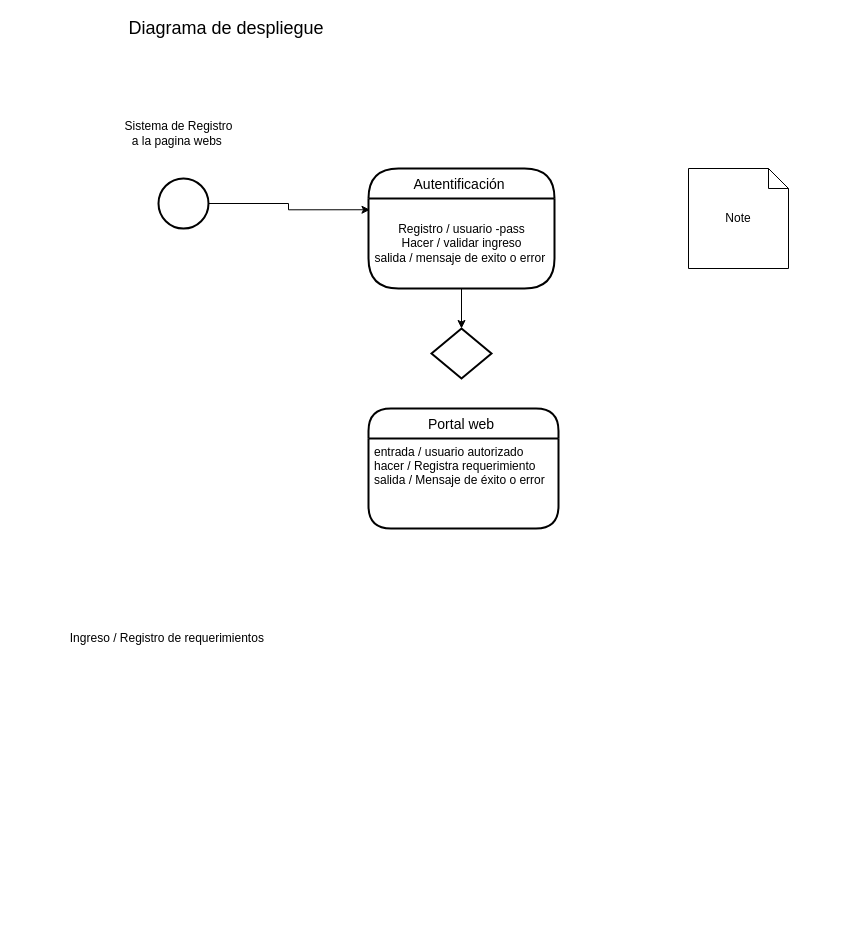
Before: page "Page-3" (3 of 3) of Untitled Diagram.drawio in 62258553/Dise-o-de-Prueba, a draw.io diagram. Source tidied: cells renumbered, new cells numbered last; positions are measured from the earlier drawing's top-left corner, leaving out a move shared by most shapes. Both pictures are drawn from the tidied source at 100%, with x=0, y=0 at pixel (63, 18).
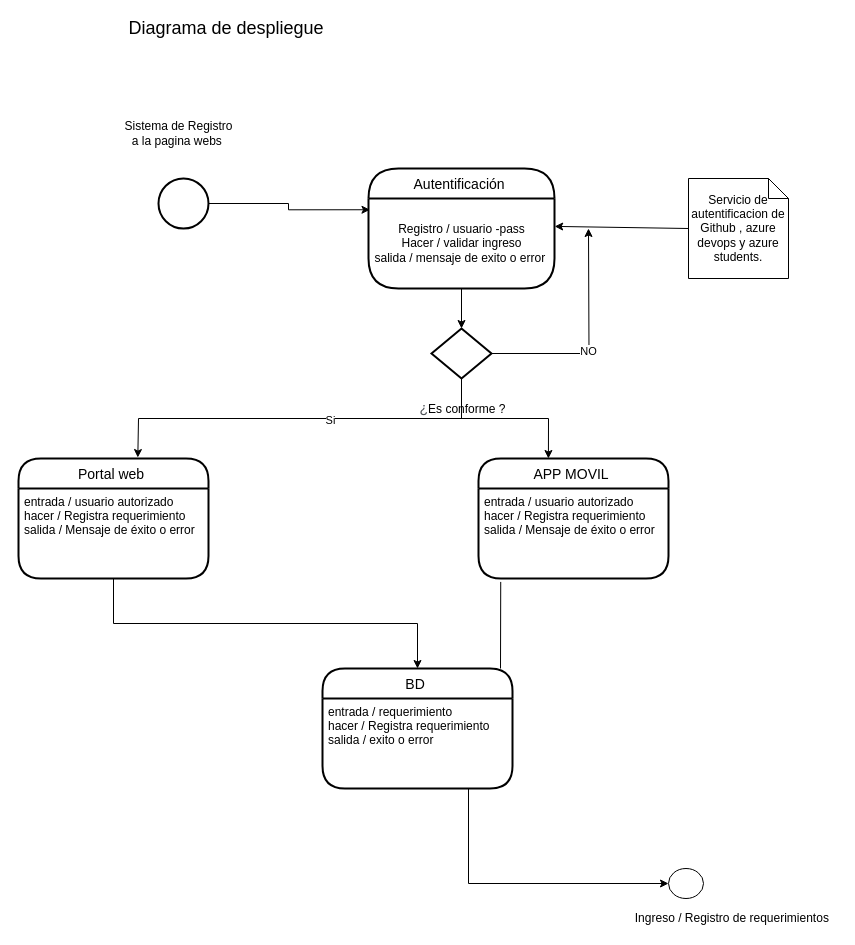
After the change.

The change refers to these unchanged cells:
```xml
<mxCell id="6" value="Registro / usuario -pass&lt;br&gt;Hacer / validar ingreso&lt;br&gt;salida / mensaje de exito o error&amp;nbsp;" style="text;html=1;align=center;verticalAlign=middle;points=[];strokeColor=none;fillColor=none;" parent="5" vertex="1">
  <mxGeometry y="30" width="186" height="90" as="geometry" />
</mxCell>
<mxCell id="10" style="strokeWidth=2;html=1;shape=mxgraph.flowchart.decision;whiteSpace=wrap;" parent="1" vertex="1">
  <mxGeometry x="368" y="310" width="60" height="50" as="geometry" />
</mxCell>
<mxCell id="12" value="entrada / usuario autorizado &#10;hacer / Registra requerimiento &#10;salida / Mensaje de éxito o error " style="align=left;strokeColor=none;fillColor=none;spacingLeft=4;fontSize=12;verticalAlign=top;" parent="11" vertex="1">
  <mxGeometry y="30" width="190" height="90" as="geometry" />
</mxCell>
```

What changed in the source:
```diff
@@
-    <mxCell id="7" value="Note" style="shape=note;size=20;whiteSpace=wrap;html=1;" parent="1" vertex="1">
-      <mxGeometry x="625" y="150" width="100" height="100" as="geometry" />
+    <mxCell id="7" value="Servicio de autentificacion de Github , azure devops y azure students." style="shape=note;size=20;whiteSpace=wrap;html=1;" parent="1" vertex="1">
+      <mxGeometry x="625" y="160" width="100" height="100" as="geometry" />
     </mxCell>
@@
     <mxCell id="9" value="Ingreso / Registro de requerimientos&amp;nbsp;" style="text;html=1;align=center;verticalAlign=middle;strokeColor=none;fillColor=none;" parent="1" vertex="1">
-      <mxGeometry y="610" width="210" height="20" as="geometry" />
+      <mxGeometry x="565" y="890" width="210" height="20" as="geometry" />
     </mxCell>
+    <mxCell id="14" style="edgeStyle=orthogonalEdgeStyle;rounded=0;jettySize=auto;html=1;" parent="1" edge="1" source="10">
+      <mxGeometry relative="1" as="geometry">
+        <mxPoint x="525" y="210" as="targetPoint" />
+      </mxGeometry>
+    </mxCell>
+    <mxCell id="15" value="NO" style="edgeLabel;html=1;align=center;verticalAlign=middle;" parent="14" vertex="1">
+      <mxGeometry x="-0.1" y="1" relative="1" as="geometry" />
+    </mxCell>
@@
     <mxCell id="11" value="Portal web " style="swimlane;horizontal=1;startSize=30;rounded=1;fontSize=14;fontStyle=0;strokeWidth=2;shadow=0;dashed=0;align=center;arcSize=25;" parent="1" vertex="1">
-      <mxGeometry x="305" y="390" width="190" height="120" as="geometry" />
+      <mxGeometry x="-45" y="440" width="190" height="120" as="geometry" />
     </mxCell>
@@
+    <mxCell id="16" value="APP MOVIL " style="swimlane;horizontal=1;startSize=30;rounded=1;fontSize=14;fontStyle=0;strokeWidth=2;shadow=0;dashed=0;align=center;arcSize=25;" parent="1" vertex="1">
+      <mxGeometry x="415" y="440" width="190" height="120" as="geometry" />
+    </mxCell>
+    <mxCell id="17" value="entrada / usuario autorizado &#10;hacer / Registra requerimiento &#10;salida / Mensaje de éxito o error " style="align=left;strokeColor=none;fillColor=none;spacingLeft=4;fontSize=12;verticalAlign=top;" parent="16" vertex="1">
+      <mxGeometry y="30" width="190" height="90" as="geometry" />
+    </mxCell>
+    <mxCell id="18" value="BD " style="swimlane;horizontal=1;startSize=30;rounded=1;fontSize=14;fontStyle=0;strokeWidth=2;shadow=0;dashed=0;align=center;arcSize=25;" parent="1" vertex="1">
+      <mxGeometry x="259" y="650" width="190" height="120" as="geometry" />
+    </mxCell>
+    <mxCell id="19" value="entrada / requerimiento &#10;hacer / Registra requerimiento &#10;salida / exito o error  " style="align=left;strokeColor=none;fillColor=none;spacingLeft=4;fontSize=12;verticalAlign=top;" parent="18" vertex="1">
+      <mxGeometry y="30" width="190" height="90" as="geometry" />
+    </mxCell>
+    <mxCell id="20" style="endArrow=none;html=1;rounded=0;" parent="1" edge="1">
+      <mxGeometry relative="1" as="geometry">
+        <mxPoint x="75" y="400" as="sourcePoint" />
+        <mxPoint x="485" y="400" as="targetPoint" />
+      </mxGeometry>
+    </mxCell>
+    <mxCell id="21" value="Si" style="edgeLabel;html=1;align=center;verticalAlign=middle;" parent="20" vertex="1">
+      <mxGeometry x="-0.07" y="-1" relative="1" as="geometry" />
+    </mxCell>
+    <mxCell id="22" style="endArrow=classic;html=1;rounded=0;entryX=0.628;entryY=-0.008;entryDx=0;entryDy=0;entryPerimeter=0;" parent="1" edge="1" target="11">
+      <mxGeometry relative="1" as="geometry">
+        <mxPoint x="75" y="400" as="sourcePoint" />
+      </mxGeometry>
+    </mxCell>
+    <mxCell id="23" style="endArrow=classic;html=1;rounded=0;entryX=0.368;entryY=0;entryDx=0;entryDy=0;entryPerimeter=0;" parent="1" edge="1" target="16">
+      <mxGeometry relative="1" as="geometry">
+        <mxPoint x="485" y="400" as="sourcePoint" />
+      </mxGeometry>
+    </mxCell>
+    <mxCell id="24" style="endArrow=classic;html=1;rounded=0;exitX=0;exitY=0.5;exitDx=0;exitDy=0;exitPerimeter=0;entryX=1.001;entryY=0.31;entryDx=0;entryDy=0;entryPerimeter=0;" parent="1" edge="1" source="7" target="6">
+      <mxGeometry relative="1" as="geometry" />
+    </mxCell>
+    <mxCell id="25" style="endArrow=none;html=1;rounded=0;entryX=0.5;entryY=1;entryDx=0;entryDy=0;entryPerimeter=0;" parent="1" edge="1" target="10">
+      <mxGeometry relative="1" as="geometry">
+        <mxPoint x="398" y="400" as="sourcePoint" />
+      </mxGeometry>
+    </mxCell>
+    <mxCell id="26" value="&lt;span style=&quot;color: rgb(77 , 81 , 86) ; font-family: &amp;#34;arial&amp;#34; , sans-serif ; font-size: 14px ; text-align: left ; background-color: rgb(255 , 255 , 255)&quot;&gt;¿&lt;/span&gt;Es conforme ?" style="text;html=1;align=center;verticalAlign=middle;strokeColor=none;fillColor=none;" parent="1" vertex="1">
+      <mxGeometry x="349" y="380" width="100" height="20" as="geometry" />
+    </mxCell>
+    <mxCell id="27" style="edgeStyle=orthogonalEdgeStyle;rounded=0;jettySize=auto;html=1;exitX=0.5;exitY=1;exitDx=0;exitDy=0;entryX=0.5;entryY=0;entryDx=0;entryDy=0;" parent="1" edge="1" source="12" target="18">
+      <mxGeometry relative="1" as="geometry" />
+    </mxCell>
+    <mxCell id="28" style="endArrow=none;html=1;rounded=0;entryX=0.117;entryY=1.038;entryDx=0;entryDy=0;entryPerimeter=0;" parent="1" edge="1" target="17">
+      <mxGeometry relative="1" as="geometry">
+        <mxPoint x="437" y="650" as="sourcePoint" />
+      </mxGeometry>
+    </mxCell>
+    <mxCell id="29" style="ellipse;whiteSpace=wrap;html=1;" parent="1" vertex="1">
+      <mxGeometry x="605" y="850" width="35" height="30" as="geometry" />
+    </mxCell>
+    <mxCell id="30" style="edgeStyle=orthogonalEdgeStyle;rounded=0;jettySize=auto;html=1;" parent="1" edge="1" source="19" target="29">
+      <mxGeometry relative="1" as="geometry">
+        <Array as="points">
+          <mxPoint x="405" y="865" />
+        </Array>
+      </mxGeometry>
+    </mxCell>
```
